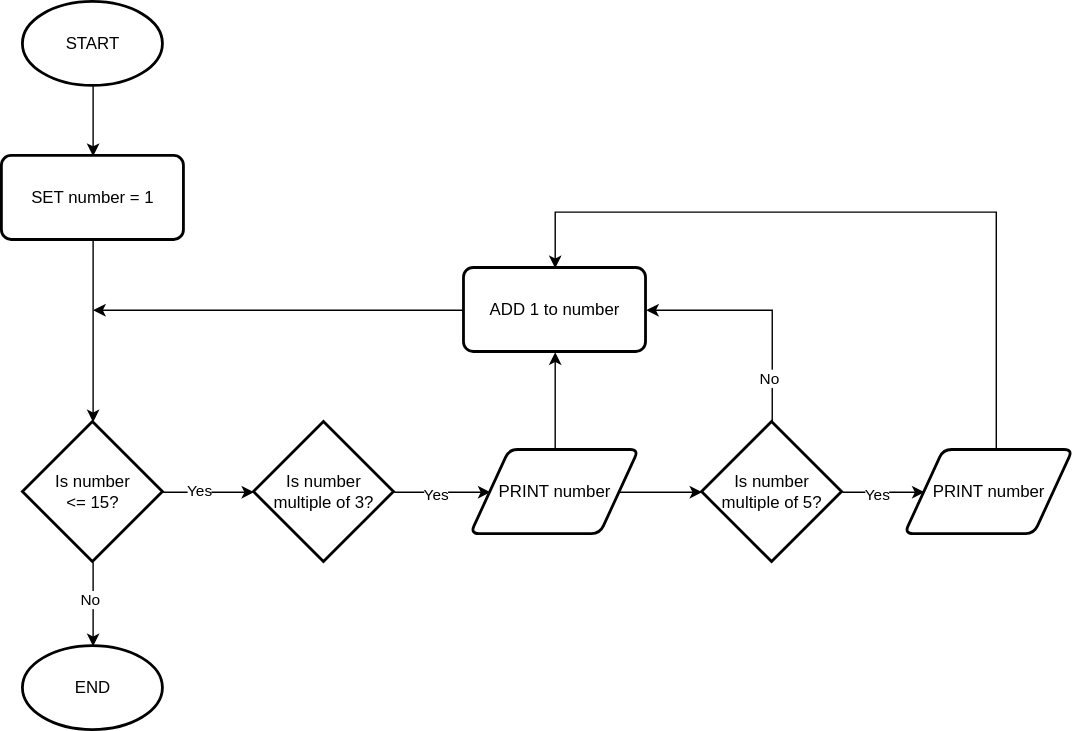
Earlier version of the draw.io export content/SDEV120/images/flowchart_fizzbuzz_incorrect.svg (mpjovanovich/course-notes). Source tidied: cells renumbered, new cells last; positions are measured from the earlier drawing's top-left corner, leaving out a move shared by most shapes. The source it was exported from:
```xml
<mxGraphModel>
  <root>
    <mxCell id="0" />
    <mxCell id="1" parent="0" />
    <mxCell id="2" style="edgeStyle=orthogonalEdgeStyle;rounded=0;jettySize=auto;html=1;" parent="1" edge="1" source="3" target="6">
      <mxGeometry relative="1" as="geometry" />
    </mxCell>
    <mxCell id="3" value="START" style="strokeWidth=2;html=1;shape=mxgraph.flowchart.start_1;whiteSpace=wrap;" parent="1" vertex="1">
      <mxGeometry x="15" width="100" height="60" as="geometry" />
    </mxCell>
    <mxCell id="4" value="END" style="strokeWidth=2;html=1;shape=mxgraph.flowchart.start_1;whiteSpace=wrap;" parent="1" vertex="1">
      <mxGeometry x="15" y="460" width="100" height="60" as="geometry" />
    </mxCell>
    <mxCell id="5" value="Is number&lt;div&gt;&amp;lt;= 15?&lt;/div&gt;" style="strokeWidth=2;html=1;shape=mxgraph.flowchart.decision;whiteSpace=wrap;" parent="1" vertex="1">
      <mxGeometry x="15" y="300" width="100" height="100" as="geometry" />
    </mxCell>
    <mxCell id="6" value="SET number = 1" style="rounded=1;whiteSpace=wrap;html=1;absoluteArcSize=1;arcSize=14;strokeWidth=2;" parent="1" vertex="1">
      <mxGeometry y="110" width="130" height="60" as="geometry" />
    </mxCell>
    <mxCell id="7" style="edgeStyle=orthogonalEdgeStyle;rounded=0;jettySize=auto;html=1;" parent="1" edge="1" source="8">
      <mxGeometry relative="1" as="geometry">
        <mxPoint x="65" y="220" as="targetPoint" />
      </mxGeometry>
    </mxCell>
    <mxCell id="8" value="ADD 1 to number" style="rounded=1;whiteSpace=wrap;html=1;absoluteArcSize=1;arcSize=14;strokeWidth=2;" parent="1" vertex="1">
      <mxGeometry x="330" y="190" width="130" height="60" as="geometry" />
    </mxCell>
    <mxCell id="9" style="edgeStyle=orthogonalEdgeStyle;rounded=0;jettySize=auto;html=1;entryX=0.5;entryY=0;entryDx=0;entryDy=0;entryPerimeter=0;" parent="1" edge="1" source="6" target="5">
      <mxGeometry relative="1" as="geometry" />
    </mxCell>
    <mxCell id="10" style="edgeStyle=orthogonalEdgeStyle;rounded=0;jettySize=auto;html=1;entryX=0.5;entryY=0;entryDx=0;entryDy=0;entryPerimeter=0;" parent="1" edge="1" source="5" target="4">
      <mxGeometry relative="1" as="geometry" />
    </mxCell>
    <mxCell id="11" value="No" style="edgeLabel;html=1;align=center;verticalAlign=middle;" parent="10" vertex="1">
      <mxGeometry x="-0.14" y="-3" relative="1" as="geometry" />
    </mxCell>
    <mxCell id="12" style="edgeStyle=orthogonalEdgeStyle;rounded=0;jettySize=auto;html=1;entryX=0;entryY=0.5;entryDx=0;entryDy=0;" parent="1" edge="1" source="14" target="16">
      <mxGeometry relative="1" as="geometry" />
    </mxCell>
    <mxCell id="13" value="Yes" style="edgeLabel;html=1;align=center;verticalAlign=middle;" parent="12" vertex="1">
      <mxGeometry x="-0.16" y="-1" relative="1" as="geometry" />
    </mxCell>
    <mxCell id="14" value="Is number&lt;div&gt;multiple of 3?&lt;/div&gt;" style="strokeWidth=2;html=1;shape=mxgraph.flowchart.decision;whiteSpace=wrap;" parent="1" vertex="1">
      <mxGeometry x="180" y="300" width="100" height="100" as="geometry" />
    </mxCell>
    <mxCell id="15" style="edgeStyle=orthogonalEdgeStyle;rounded=0;jettySize=auto;html=1;entryX=0.5;entryY=1;entryDx=0;entryDy=0;" parent="1" edge="1" source="16" target="8">
      <mxGeometry relative="1" as="geometry" />
    </mxCell>
    <mxCell id="16" value="PRINT number" style="shape=parallelogram;html=1;strokeWidth=2;perimeter=parallelogramPerimeter;whiteSpace=wrap;rounded=1;arcSize=12;size=0.23;" parent="1" vertex="1">
      <mxGeometry x="335" y="320" width="120" height="60" as="geometry" />
    </mxCell>
    <mxCell id="17" style="edgeStyle=orthogonalEdgeStyle;rounded=0;jettySize=auto;html=1;entryX=0;entryY=0.5;entryDx=0;entryDy=0;" parent="1" edge="1" source="21" target="26">
      <mxGeometry relative="1" as="geometry" />
    </mxCell>
    <mxCell id="18" value="Yes" style="edgeLabel;html=1;align=center;verticalAlign=middle;" parent="17" vertex="1">
      <mxGeometry x="-0.18" y="-1" relative="1" as="geometry" />
    </mxCell>
    <mxCell id="19" style="edgeStyle=orthogonalEdgeStyle;rounded=0;jettySize=auto;html=1;entryX=1;entryY=0.5;entryDx=0;entryDy=0;" parent="1" edge="1" source="21" target="8">
      <mxGeometry relative="1" as="geometry">
        <Array as="points">
          <mxPoint x="550" y="220" />
        </Array>
      </mxGeometry>
    </mxCell>
    <mxCell id="20" value="No" style="edgeLabel;html=1;align=center;verticalAlign=middle;" parent="19" vertex="1">
      <mxGeometry x="-0.62" y="3" relative="1" as="geometry" />
    </mxCell>
    <mxCell id="21" value="Is number&lt;div&gt;multiple of 5?&lt;/div&gt;" style="strokeWidth=2;html=1;shape=mxgraph.flowchart.decision;whiteSpace=wrap;" parent="1" vertex="1">
      <mxGeometry x="500" y="300" width="100" height="100" as="geometry" />
    </mxCell>
    <mxCell id="22" style="edgeStyle=orthogonalEdgeStyle;rounded=0;jettySize=auto;html=1;entryX=0;entryY=0.5;entryDx=0;entryDy=0;entryPerimeter=0;" parent="1" edge="1" source="5" target="14">
      <mxGeometry relative="1" as="geometry" />
    </mxCell>
    <mxCell id="23" value="Yes" style="edgeLabel;html=1;align=center;verticalAlign=middle;" parent="22" vertex="1">
      <mxGeometry x="-0.23" y="2" relative="1" as="geometry" />
    </mxCell>
    <mxCell id="24" style="edgeStyle=orthogonalEdgeStyle;rounded=0;jettySize=auto;html=1;entryX=0;entryY=0.5;entryDx=0;entryDy=0;entryPerimeter=0;" parent="1" edge="1" source="16" target="21">
      <mxGeometry relative="1" as="geometry" />
    </mxCell>
    <mxCell id="25" style="edgeStyle=orthogonalEdgeStyle;rounded=0;jettySize=auto;html=1;entryX=0.5;entryY=0;entryDx=0;entryDy=0;" parent="1" edge="1" source="26" target="8">
      <mxGeometry relative="1" as="geometry">
        <Array as="points">
          <mxPoint x="710" y="150" />
          <mxPoint x="395" y="150" />
        </Array>
      </mxGeometry>
    </mxCell>
    <mxCell id="26" value="PRINT number" style="shape=parallelogram;html=1;strokeWidth=2;perimeter=parallelogramPerimeter;whiteSpace=wrap;rounded=1;arcSize=12;size=0.23;" parent="1" vertex="1">
      <mxGeometry x="645" y="320" width="120" height="60" as="geometry" />
    </mxCell>
  </root>
</mxGraphModel>
```
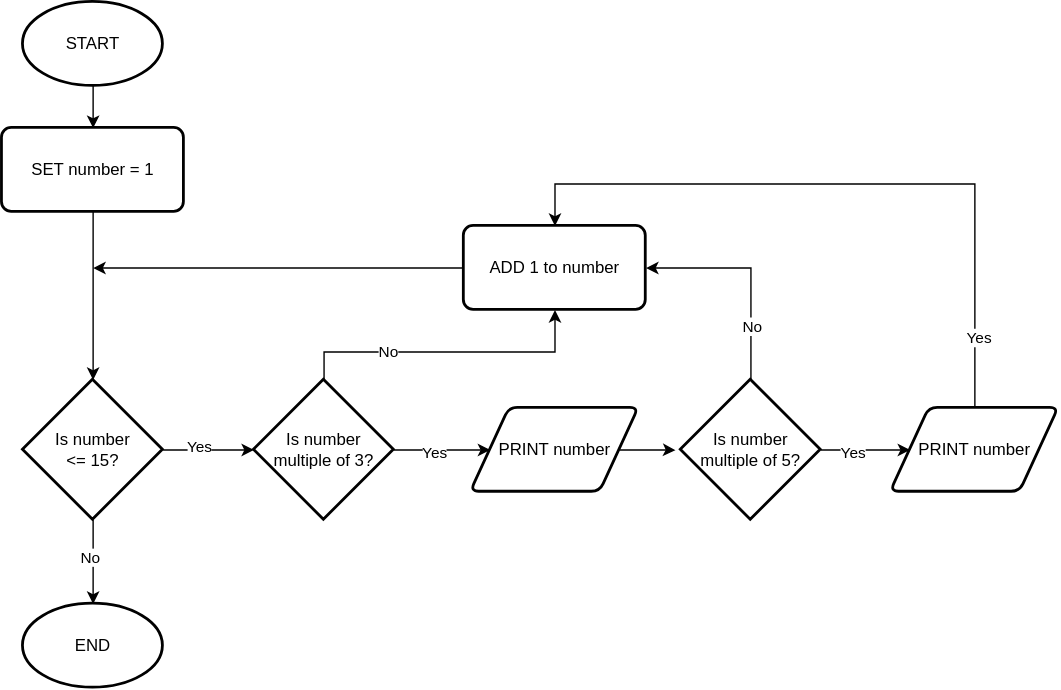
After the change.

Commit message:
Pre-deploy commit

What changed in the source:
```diff
@@ -6,7 +6,7 @@
       <mxGeometry relative="1" as="geometry" />
     </mxCell>
     <mxCell id="3" value="START" style="strokeWidth=2;html=1;shape=mxgraph.flowchart.start_1;whiteSpace=wrap;" parent="1" vertex="1">
-      <mxGeometry x="15" width="100" height="60" as="geometry" />
+      <mxGeometry x="15" y="30" width="100" height="60" as="geometry" />
     </mxCell>
     <mxCell id="4" value="END" style="strokeWidth=2;html=1;shape=mxgraph.flowchart.start_1;whiteSpace=wrap;" parent="1" vertex="1">
       <mxGeometry x="15" y="460" width="100" height="60" as="geometry" />
@@ -15,13 +15,13 @@
       <mxGeometry x="15" y="300" width="100" height="100" as="geometry" />
     </mxCell>
     <mxCell id="6" value="SET number = 1" style="rounded=1;whiteSpace=wrap;html=1;absoluteArcSize=1;arcSize=14;strokeWidth=2;" parent="1" vertex="1">
-      <mxGeometry y="110" width="130" height="60" as="geometry" />
+      <mxGeometry y="120" width="130" height="60" as="geometry" />
     </mxCell>
-    <mxCell id="7" style="edgeStyle=orthogonalEdgeStyle;rounded=0;jettySize=auto;html=1;" parent="1" edge="1" source="8">
-      <mxGeometry relative="1" as="geometry">
-        <mxPoint x="65" y="220" as="targetPoint" />
-      </mxGeometry>
-    </mxCell>
+    <mxCell id="27" style="edgeStyle=orthogonalEdgeStyle;rounded=0;jettySize=auto;html=1;" parent="1" edge="1" source="8">
+      <mxGeometry relative="1" as="geometry">
+        <mxPoint x="65" y="220" as="targetPoint" />
+      </mxGeometry>
+    </mxCell>
     <mxCell id="8" value="ADD 1 to number" style="rounded=1;whiteSpace=wrap;html=1;absoluteArcSize=1;arcSize=14;strokeWidth=2;" parent="1" vertex="1">
       <mxGeometry x="330" y="190" width="130" height="60" as="geometry" />
     </mxCell>
@@ -31,62 +31,75 @@
     <mxCell id="10" style="edgeStyle=orthogonalEdgeStyle;rounded=0;jettySize=auto;html=1;entryX=0.5;entryY=0;entryDx=0;entryDy=0;entryPerimeter=0;" parent="1" edge="1" source="5" target="4">
       <mxGeometry relative="1" as="geometry" />
     </mxCell>
-    <mxCell id="11" value="No" style="edgeLabel;html=1;align=center;verticalAlign=middle;" parent="10" vertex="1">
-      <mxGeometry x="-0.14" y="-3" relative="1" as="geometry" />
-    </mxCell>
-    <mxCell id="12" style="edgeStyle=orthogonalEdgeStyle;rounded=0;jettySize=auto;html=1;entryX=0;entryY=0.5;entryDx=0;entryDy=0;" parent="1" edge="1" source="14" target="16">
-      <mxGeometry relative="1" as="geometry" />
-    </mxCell>
-    <mxCell id="13" value="Yes" style="edgeLabel;html=1;align=center;verticalAlign=middle;" parent="12" vertex="1">
-      <mxGeometry x="-0.16" y="-1" relative="1" as="geometry" />
-    </mxCell>
+    <mxCell id="28" value="No" style="edgeLabel;html=1;align=center;verticalAlign=middle;" parent="10" vertex="1">
+      <mxGeometry x="-0.14" y="-3" relative="1" as="geometry" />
+    </mxCell>
+    <mxCell id="29" style="edgeStyle=orthogonalEdgeStyle;rounded=0;jettySize=auto;html=1;entryX=0;entryY=0.5;entryDx=0;entryDy=0;" parent="1" edge="1" source="14" target="33">
+      <mxGeometry relative="1" as="geometry" />
+    </mxCell>
+    <mxCell id="30" value="Yes" style="edgeLabel;html=1;align=center;verticalAlign=middle;" parent="29" vertex="1">
+      <mxGeometry x="-0.16" y="-1" relative="1" as="geometry" />
+    </mxCell>
+    <mxCell id="31" style="edgeStyle=orthogonalEdgeStyle;rounded=0;jettySize=auto;html=1;entryX=0.5;entryY=1;entryDx=0;entryDy=0;defaultLabelBackgroundColor=page;" parent="1" edge="1" source="14" target="8">
+      <mxGeometry x="-0.23" relative="1" as="geometry">
+        <Array as="points">
+          <mxPoint x="230" y="280" />
+          <mxPoint x="395" y="280" />
+        </Array>
+      </mxGeometry>
+    </mxCell>
+    <mxCell id="32" value="No" style="edgeLabel;html=1;align=center;verticalAlign=middle;inheritText=1;defaultLabelBackgroundColor=page;" parent="31" vertex="1">
+      <mxGeometry x="-0.69" relative="1" as="geometry">
+        <mxPoint x="32" as="offset" />
+      </mxGeometry>
+    </mxCell>
     <mxCell id="14" value="Is number&lt;div&gt;multiple of 3?&lt;/div&gt;" style="strokeWidth=2;html=1;shape=mxgraph.flowchart.decision;whiteSpace=wrap;" parent="1" vertex="1">
       <mxGeometry x="180" y="300" width="100" height="100" as="geometry" />
     </mxCell>
-    <mxCell id="15" style="edgeStyle=orthogonalEdgeStyle;rounded=0;jettySize=auto;html=1;entryX=0.5;entryY=1;entryDx=0;entryDy=0;" parent="1" edge="1" source="16" target="8">
-      <mxGeometry relative="1" as="geometry" />
-    </mxCell>
-    <mxCell id="16" value="PRINT number" style="shape=parallelogram;html=1;strokeWidth=2;perimeter=parallelogramPerimeter;whiteSpace=wrap;rounded=1;arcSize=12;size=0.23;" parent="1" vertex="1">
-      <mxGeometry x="335" y="320" width="120" height="60" as="geometry" />
-    </mxCell>
-    <mxCell id="17" style="edgeStyle=orthogonalEdgeStyle;rounded=0;jettySize=auto;html=1;entryX=0;entryY=0.5;entryDx=0;entryDy=0;" parent="1" edge="1" source="21" target="26">
-      <mxGeometry relative="1" as="geometry" />
-    </mxCell>
-    <mxCell id="18" value="Yes" style="edgeLabel;html=1;align=center;verticalAlign=middle;" parent="17" vertex="1">
-      <mxGeometry x="-0.18" y="-1" relative="1" as="geometry" />
-    </mxCell>
+    <mxCell id="33" value="PRINT number" style="shape=parallelogram;html=1;strokeWidth=2;perimeter=parallelogramPerimeter;whiteSpace=wrap;rounded=1;arcSize=12;size=0.23;" parent="1" vertex="1">
+      <mxGeometry x="335" y="320" width="120" height="60" as="geometry" />
+    </mxCell>
-    <mxCell id="19" style="edgeStyle=orthogonalEdgeStyle;rounded=0;jettySize=auto;html=1;entryX=1;entryY=0.5;entryDx=0;entryDy=0;" parent="1" edge="1" source="21" target="8">
+    <mxCell id="19" style="edgeStyle=orthogonalEdgeStyle;rounded=0;jettySize=auto;html=1;entryX=1;entryY=0.5;entryDx=0;entryDy=0;defaultLabelBackgroundColor=page;" parent="1" edge="1" source="21" target="8">
       <mxGeometry relative="1" as="geometry">
         <Array as="points">
-          <mxPoint x="550" y="220" />
+          <mxPoint x="535" y="220" />
         </Array>
       </mxGeometry>
     </mxCell>
-    <mxCell id="20" value="No" style="edgeLabel;html=1;align=center;verticalAlign=middle;" parent="19" vertex="1">
-      <mxGeometry x="-0.62" y="3" relative="1" as="geometry" />
-    </mxCell>
+    <mxCell id="34" value="No" style="edgeLabel;html=1;align=center;verticalAlign=middle;inheritText=1;defaultLabelBackgroundColor=page;" parent="19" vertex="1">
+      <mxGeometry x="-0.49" y="-1" relative="1" as="geometry" />
+    </mxCell>
+    <mxCell id="35" style="edgeStyle=orthogonalEdgeStyle;rounded=0;jettySize=auto;html=1;entryX=0;entryY=0.5;entryDx=0;entryDy=0;defaultLabelBackgroundColor=page;" parent="1" edge="1" source="21" target="41">
+      <mxGeometry relative="1" as="geometry" />
+    </mxCell>
+    <mxCell id="36" value="Yes" style="edgeLabel;html=1;align=center;verticalAlign=middle;inheritText=1;defaultLabelBackgroundColor=page;" parent="35" vertex="1">
+      <mxGeometry x="-0.3" y="-1" relative="1" as="geometry" />
+    </mxCell>
     <mxCell id="21" value="Is number&lt;div&gt;multiple of 5?&lt;/div&gt;" style="strokeWidth=2;html=1;shape=mxgraph.flowchart.decision;whiteSpace=wrap;" parent="1" vertex="1">
-      <mxGeometry x="500" y="300" width="100" height="100" as="geometry" />
+      <mxGeometry x="485" y="300" width="100" height="100" as="geometry" />
     </mxCell>
     <mxCell id="22" style="edgeStyle=orthogonalEdgeStyle;rounded=0;jettySize=auto;html=1;entryX=0;entryY=0.5;entryDx=0;entryDy=0;entryPerimeter=0;" parent="1" edge="1" source="5" target="14">
       <mxGeometry relative="1" as="geometry" />
     </mxCell>
-    <mxCell id="23" value="Yes" style="edgeLabel;html=1;align=center;verticalAlign=middle;" parent="22" vertex="1">
-      <mxGeometry x="-0.23" y="2" relative="1" as="geometry" />
-    </mxCell>
-    <mxCell id="24" style="edgeStyle=orthogonalEdgeStyle;rounded=0;jettySize=auto;html=1;entryX=0;entryY=0.5;entryDx=0;entryDy=0;entryPerimeter=0;" parent="1" edge="1" source="16" target="21">
-      <mxGeometry relative="1" as="geometry" />
-    </mxCell>
-    <mxCell id="25" style="edgeStyle=orthogonalEdgeStyle;rounded=0;jettySize=auto;html=1;entryX=0.5;entryY=0;entryDx=0;entryDy=0;" parent="1" edge="1" source="26" target="8">
-      <mxGeometry relative="1" as="geometry">
-        <Array as="points">
-          <mxPoint x="710" y="150" />
-          <mxPoint x="395" y="150" />
-        </Array>
-      </mxGeometry>
-    </mxCell>
-    <mxCell id="26" value="PRINT number" style="shape=parallelogram;html=1;strokeWidth=2;perimeter=parallelogramPerimeter;whiteSpace=wrap;rounded=1;arcSize=12;size=0.23;" parent="1" vertex="1">
-      <mxGeometry x="645" y="320" width="120" height="60" as="geometry" />
-    </mxCell>
+    <mxCell id="37" value="Yes" style="edgeLabel;html=1;align=center;verticalAlign=middle;" parent="22" vertex="1">
+      <mxGeometry x="-0.23" y="2" relative="1" as="geometry" />
+    </mxCell>
+    <mxCell id="38" style="edgeStyle=orthogonalEdgeStyle;rounded=0;jettySize=auto;html=1;entryX=-0.039;entryY=0.502;entryDx=0;entryDy=0;entryPerimeter=0;defaultLabelBackgroundColor=page;" parent="1" edge="1" source="33" target="21">
+      <mxGeometry relative="1" as="geometry" />
+    </mxCell>
+    <mxCell id="39" style="edgeStyle=orthogonalEdgeStyle;rounded=0;jettySize=auto;html=1;entryX=0.5;entryY=0;entryDx=0;entryDy=0;defaultLabelBackgroundColor=page;" parent="1" edge="1" source="41" target="8">
+      <mxGeometry relative="1" as="geometry">
+        <Array as="points">
+          <mxPoint x="695" y="160" />
+          <mxPoint x="395" y="160" />
+        </Array>
+      </mxGeometry>
+    </mxCell>
+    <mxCell id="40" value="Yes" style="edgeLabel;html=1;align=center;verticalAlign=middle;inheritText=1;defaultLabelBackgroundColor=page;" parent="39" vertex="1">
+      <mxGeometry x="-0.79" y="-2" relative="1" as="geometry" />
+    </mxCell>
+    <mxCell id="41" value="PRINT number" style="shape=parallelogram;html=1;strokeWidth=2;perimeter=parallelogramPerimeter;whiteSpace=wrap;rounded=1;arcSize=12;size=0.23;" parent="1" vertex="1">
+      <mxGeometry x="635" y="320" width="120" height="60" as="geometry" />
+    </mxCell>
   </root>
 </mxGraphModel>
```
